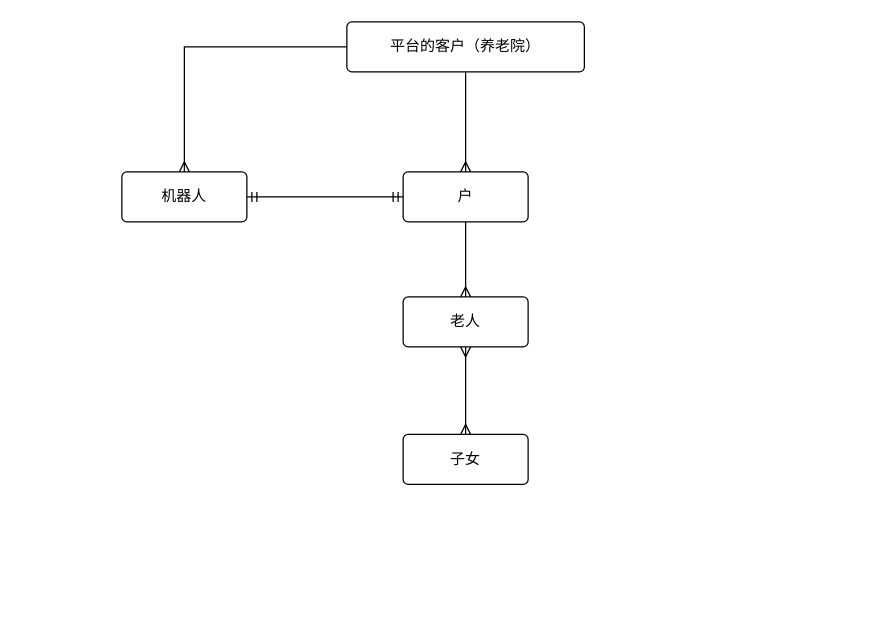
The draw.io diagram draw.io/Untitled Diagram.drawio in Kevin-Huang-NZ/notes, before the edit. Source tidied: cells renumbered, new cells numbered last; positions are measured from the earlier drawing's top-left corner, leaving out a move shared by most shapes. Both pictures are drawn from the tidied source at 125%, with x=0, y=0 at pixel (121, 21).
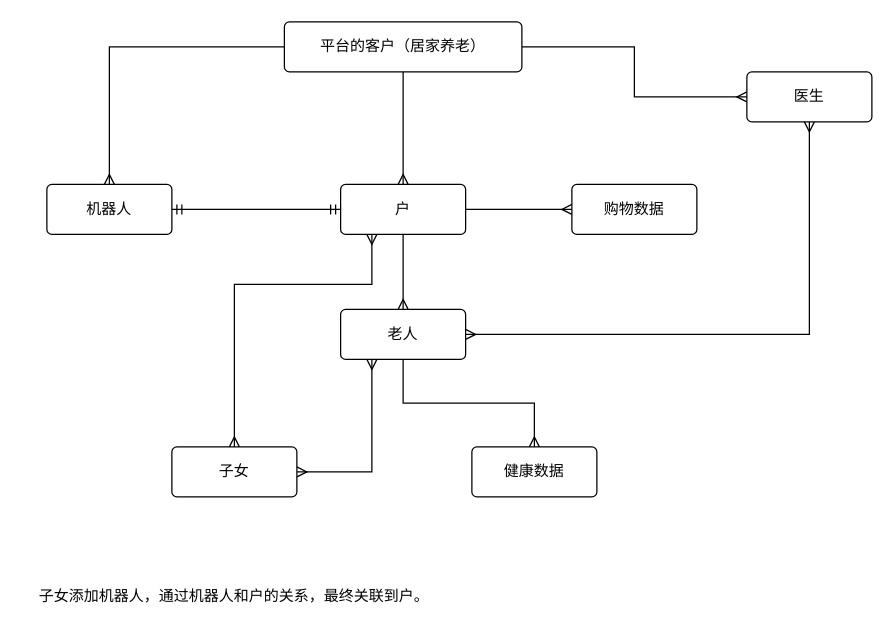
The same diagram, later.

Change to the diagram source:
```diff
@@
+    <mxCell id="12" style="edgeStyle=orthogonalEdgeStyle;rounded=0;jettySize=auto;html=1;entryX=0;entryY=0.5;entryDx=0;entryDy=0;startArrow=none;startFill=0;endArrow=ERmany;endFill=0;" parent="1" edge="1" source="4" target="19">
+      <mxGeometry relative="1" as="geometry" />
+    </mxCell>
-    <mxCell id="4" value="平台的客户（养老院）" style="rounded=1;arcSize=10;whiteSpace=wrap;html=1;align=center;" parent="1" vertex="1">
-      <mxGeometry x="180" width="190" height="40" as="geometry" />
+    <mxCell id="4" value="平台的客户（居家养老）" style="rounded=1;arcSize=10;whiteSpace=wrap;html=1;align=center;" parent="1" vertex="1">
+      <mxGeometry x="130" width="190" height="40" as="geometry" />
     </mxCell>
-    <mxCell id="5" style="edgeStyle=orthogonalEdgeStyle;rounded=0;jettySize=auto;html=1;startArrow=ERmandOne;startFill=0;endArrow=ERmandOne;endFill=0;" parent="1" edge="1" source="6" target="8">
+    <mxCell id="5" style="edgeStyle=orthogonalEdgeStyle;rounded=0;jettySize=auto;html=1;startArrow=ERmandOne;startFill=0;endArrow=ERmandOne;endFill=0;exitX=1;exitY=0.5;exitDx=0;exitDy=0;" parent="1" edge="1" source="6" target="8">
       <mxGeometry relative="1" as="geometry" />
     </mxCell>
     <mxCell id="6" value="机器人" style="rounded=1;arcSize=10;whiteSpace=wrap;html=1;align=center;" parent="1" vertex="1">
-      <mxGeometry y="120" width="100" height="40" as="geometry" />
+      <mxGeometry x="-60" y="130" width="100" height="40" as="geometry" />
     </mxCell>
@@
+    <mxCell id="13" style="edgeStyle=orthogonalEdgeStyle;rounded=0;jettySize=auto;html=1;entryX=0;entryY=0.5;entryDx=0;entryDy=0;startArrow=none;startFill=0;endArrow=ERmany;endFill=0;" parent="1" edge="1" source="8" target="17">
+      <mxGeometry relative="1" as="geometry" />
+    </mxCell>
+    <mxCell id="14" style="edgeStyle=orthogonalEdgeStyle;rounded=0;jettySize=auto;html=1;exitX=0.25;exitY=1;exitDx=0;exitDy=0;entryX=0.5;entryY=0;entryDx=0;entryDy=0;startArrow=ERmany;startFill=0;endArrow=ERmany;endFill=0;" parent="1" edge="1" source="8" target="11">
+      <mxGeometry relative="1" as="geometry">
+        <Array as="points">
+          <mxPoint x="200" y="210" />
+          <mxPoint x="90" y="210" />
+        </Array>
+      </mxGeometry>
+    </mxCell>
     <mxCell id="8" value="户" style="rounded=1;arcSize=10;whiteSpace=wrap;html=1;align=center;" parent="1" vertex="1">
-      <mxGeometry x="225" y="120" width="100" height="40" as="geometry" />
+      <mxGeometry x="175" y="130" width="100" height="40" as="geometry" />
     </mxCell>
-    <mxCell id="9" style="edgeStyle=orthogonalEdgeStyle;rounded=0;jettySize=auto;html=1;exitX=0.5;exitY=1;exitDx=0;exitDy=0;entryX=0.5;entryY=0;entryDx=0;entryDy=0;endArrow=ERmany;endFill=0;startArrow=ERmany;startFill=0;" parent="1" edge="1" source="10" target="11">
+    <mxCell id="9" style="edgeStyle=orthogonalEdgeStyle;rounded=0;jettySize=auto;html=1;exitX=0.25;exitY=1;exitDx=0;exitDy=0;entryX=1;entryY=0.5;entryDx=0;entryDy=0;endArrow=ERmany;endFill=0;startArrow=ERmany;startFill=0;" parent="1" edge="1" source="10" target="11">
       <mxGeometry relative="1" as="geometry" />
     </mxCell>
+    <mxCell id="15" style="edgeStyle=orthogonalEdgeStyle;rounded=0;jettySize=auto;html=1;startArrow=none;startFill=0;endArrow=ERmany;endFill=0;exitX=0.5;exitY=1;exitDx=0;exitDy=0;" parent="1" edge="1" source="10" target="16">
+      <mxGeometry relative="1" as="geometry" />
+    </mxCell>
     <mxCell id="10" value="老人" style="rounded=1;arcSize=10;whiteSpace=wrap;html=1;align=center;" parent="1" vertex="1">
-      <mxGeometry x="225" y="220" width="100" height="40" as="geometry" />
+      <mxGeometry x="175" y="230" width="100" height="40" as="geometry" />
     </mxCell>
     <mxCell id="11" value="子女" style="rounded=1;arcSize=10;whiteSpace=wrap;html=1;align=center;" parent="1" vertex="1">
-      <mxGeometry x="225" y="330" width="100" height="40" as="geometry" />
+      <mxGeometry x="40" y="340" width="100" height="40" as="geometry" />
     </mxCell>
+    <mxCell id="16" value="健康数据" style="rounded=1;arcSize=10;whiteSpace=wrap;html=1;align=center;" parent="1" vertex="1">
+      <mxGeometry x="280" y="340" width="100" height="40" as="geometry" />
+    </mxCell>
+    <mxCell id="17" value="购物数据" style="rounded=1;arcSize=10;whiteSpace=wrap;html=1;align=center;" parent="1" vertex="1">
+      <mxGeometry x="360" y="130" width="100" height="40" as="geometry" />
+    </mxCell>
+    <mxCell id="18" style="edgeStyle=orthogonalEdgeStyle;rounded=0;jettySize=auto;html=1;entryX=1;entryY=0.5;entryDx=0;entryDy=0;startArrow=ERmany;startFill=0;endArrow=ERmany;endFill=0;" parent="1" edge="1" source="19" target="10">
+      <mxGeometry relative="1" as="geometry">
+        <Array as="points">
+          <mxPoint x="550" y="250" />
+        </Array>
+      </mxGeometry>
+    </mxCell>
+    <mxCell id="19" value="医生" style="rounded=1;arcSize=10;whiteSpace=wrap;html=1;align=center;" parent="1" vertex="1">
+      <mxGeometry x="500" y="40" width="100" height="40" as="geometry" />
+    </mxCell>
+    <mxCell id="20" value="子女添加机器人，通过机器人和户的关系，最终关联到户。" style="text;html=1;strokeColor=none;fillColor=none;align=center;verticalAlign=middle;whiteSpace=wrap;rounded=0;" parent="1" vertex="1">
+      <mxGeometry x="-80" y="450" width="340" height="20" as="geometry" />
+    </mxCell>
```
